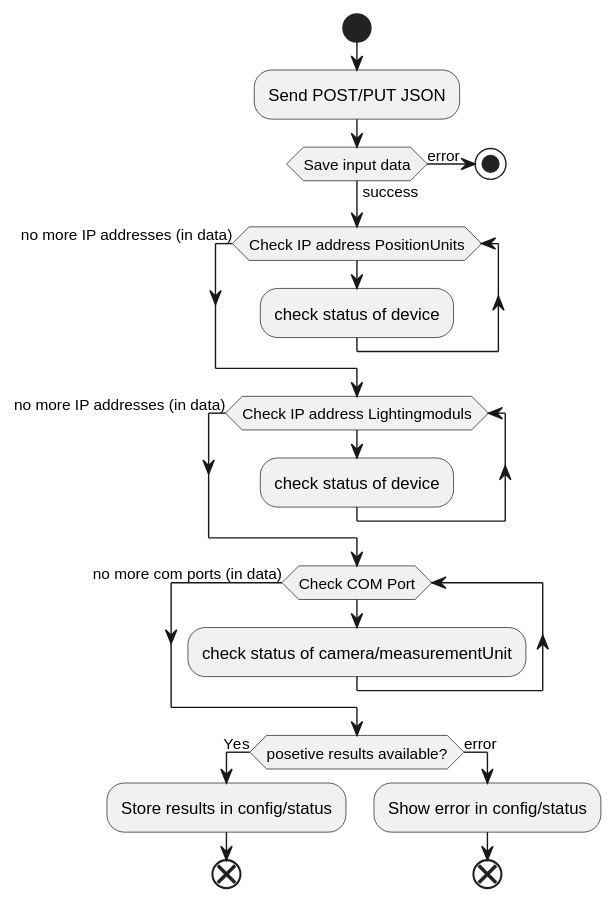
Earlier version of the PlantUML export docs/diagram/FlowDiagrams_API_Webserver/device Config.svg (Nr44suessauer/I-Scan). Its diagram source:
```plantuml
@startuml
start
:Send POST/PUT JSON;

if (Save input data) then (error)
    stop
else (success)
endif
while (Check IP address PositionUnits)
    :check status of device;
endwhile (no more IP addresses (in data))

while (Check IP address Lightingmoduls)
    :check status of device;
endwhile (no more IP addresses (in data))

while (Check COM Port)
    :check status of camera/measurementUnit;


endwhile (no more com ports (in data))
if (posetive results available?) then (Yes)
    :Store results in config/status;
    end

else (error)
    :Show error in config/status;
end
@enduml
```
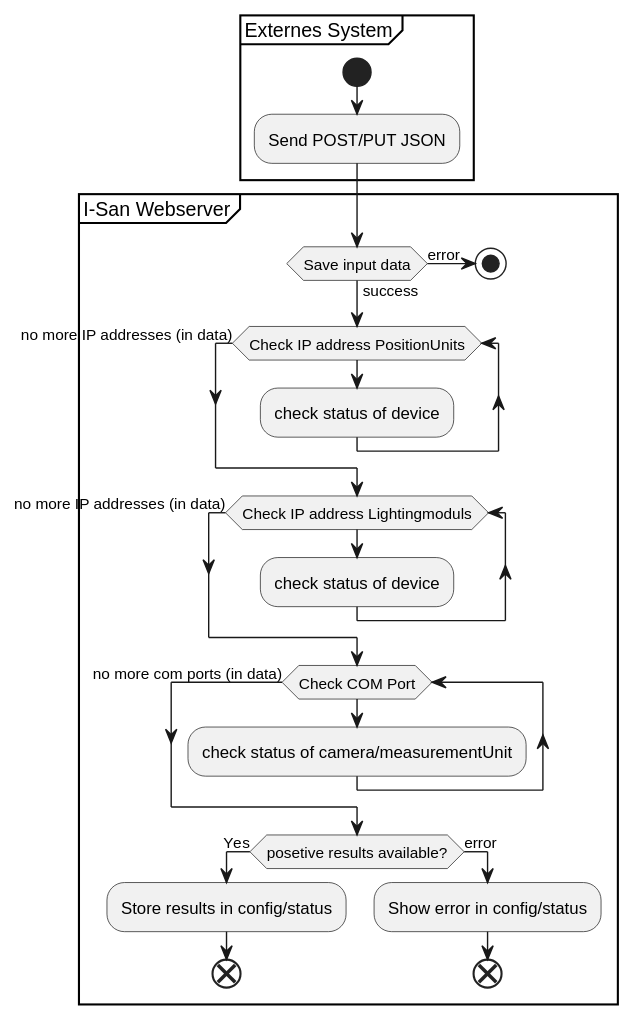
The same diagram one commit later.

Commit message:
änderung im diagram

The edit, as a diff of the source:
```diff
@@ -1,7 +1,11 @@
 @startuml
-start
-:Send POST/PUT JSON;
+partition "Externes System" {
+    start
+    :Send POST/PUT JSON;
+}
 
+
+partition "I-San Webserver" {
 if (Save input data) then (error)
     stop
 else (success)
```
